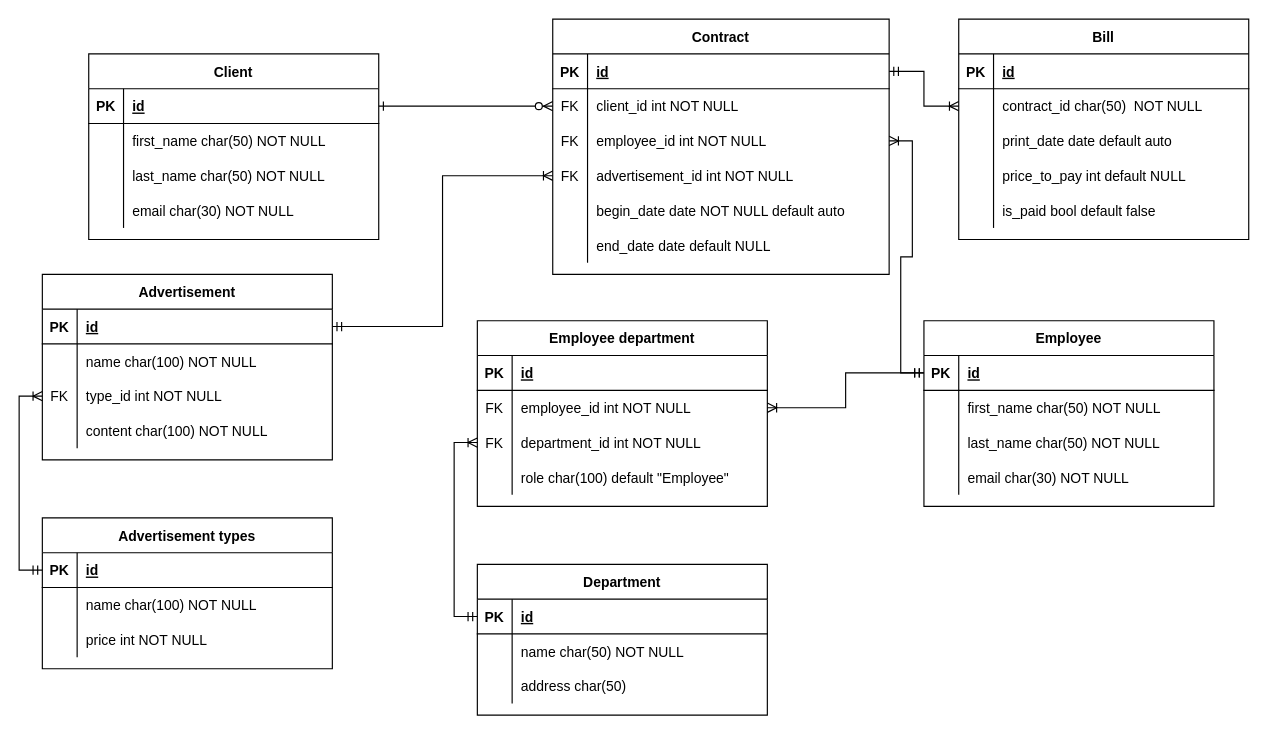
Above: AgencySchema.drawio in vittrum/dbc_adv_agency (draw.io), before the change. Source tidied: cells renumbered, new cells numbered last; positions are measured from the earlier drawing's top-left corner, leaving out a move shared by most shapes. Both pictures are drawn from the tidied source at 116%, with x=0, y=0 at pixel (42, 19).
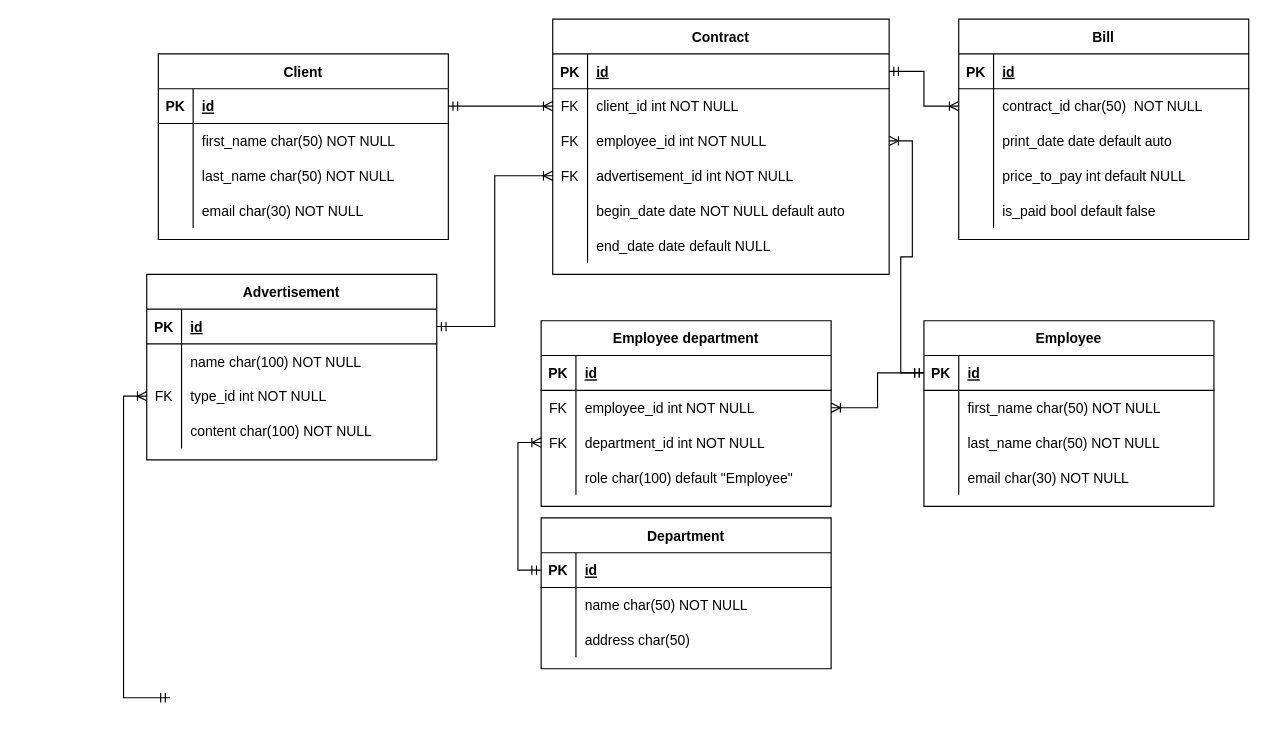
The same diagram, later.

Unchanged cells that the change refers to:
```xml
<mxCell id="7" style="shape=partialRectangle;fillColor=none;points=[[0,0.5],[1,0.5]];portConstraint=eastwest;top=0;left=0;right=0;bottom=0;" parent="3" vertex="1">
  <mxGeometry y="60" width="290" height="30" as="geometry" />
</mxCell>
<mxCell id="23" style="shape=partialRectangle;fillColor=none;points=[[0,0.5],[1,0.5]];portConstraint=eastwest;top=0;left=0;right=0;bottom=1;" parent="22" vertex="1">
  <mxGeometry y="30" width="250" height="30" as="geometry" />
</mxCell>
<mxCell id="42" style="shape=partialRectangle;fillColor=none;points=[[0,0.5],[1,0.5]];portConstraint=eastwest;top=0;left=0;right=0;bottom=0;" parent="35" vertex="1">
  <mxGeometry y="90" width="250" height="30" as="geometry" />
</mxCell>
```

What changed in the source:
```diff
@@
-    <mxCell id="2" style="edgeStyle=entityRelationEdgeStyle;endArrow=ERzeroToMany;startArrow=ERone;endFill=1;startFill=0;" parent="1" edge="1" source="23" target="7">
+    <mxCell id="2" style="edgeStyle=entityRelationEdgeStyle;endArrow=ERoneToMany;startArrow=ERmandOne;endFill=0;startFill=0;" parent="1" edge="1" source="23" target="7">
       <mxGeometry relative="1" as="geometry" />
     </mxCell>
@@
     <mxCell id="22" value="Client" style="shape=table;startSize=30;childLayout=tableLayout;rowLines=0;fontStyle=1;align=center;" parent="1" vertex="1">
-      <mxGeometry x="40" y="30" width="250" height="160" as="geometry" />
+      <mxGeometry x="100" y="30" width="250" height="160" as="geometry" />
     </mxCell>
@@
     <mxCell id="35" value="Advertisement" style="shape=table;startSize=30;childLayout=tableLayout;rowLines=0;fontStyle=1;align=center;" parent="1" vertex="1">
-      <mxGeometry y="220" width="250" height="160" as="geometry" />
+      <mxGeometry x="90" y="220" width="250" height="160" as="geometry" />
     </mxCell>
@@
     <mxCell id="61" value="Department" style="shape=table;startSize=30;childLayout=tableLayout;rowLines=0;fontStyle=1;align=center;" parent="1" vertex="1">
-      <mxGeometry x="375" y="470" width="250" height="130" as="geometry" />
+      <mxGeometry x="430" y="430" width="250" height="130" as="geometry" />
     </mxCell>
@@
-    <mxCell id="71" value="Advertisement types" style="shape=table;startSize=30;childLayout=tableLayout;rowLines=0;fontStyle=1;align=center;" parent="1" vertex="1">
-      <mxGeometry y="430" width="250" height="130" as="geometry" />
-    </mxCell>
-    <mxCell id="72" style="shape=partialRectangle;fillColor=none;points=[[0,0.5],[1,0.5]];portConstraint=eastwest;top=0;left=0;right=0;bottom=1;" parent="71" vertex="1">
-      <mxGeometry y="30" width="250" height="30" as="geometry" />
-    </mxCell>
-    <mxCell id="73" value="PK" style="shape=partialRectangle;overflow=hidden;fillColor=none;top=0;left=0;bottom=0;right=0;fontStyle=1;" parent="72" vertex="1">
-      <mxGeometry width="30" height="30" as="geometry" />
-    </mxCell>
-    <mxCell id="74" value="id" style="shape=partialRectangle;overflow=hidden;fillColor=none;top=0;left=0;bottom=0;right=0;align=left;spacingLeft=6;fontStyle=5;" parent="72" vertex="1">
-      <mxGeometry x="30" width="220" height="30" as="geometry" />
-    </mxCell>
-    <mxCell id="75" style="shape=partialRectangle;fillColor=none;top=0;left=0;right=0;bottom=0;" parent="71" vertex="1">
-      <mxGeometry y="60" width="250" height="30" as="geometry" />
-    </mxCell>
-    <mxCell id="76" style="shape=partialRectangle;overflow=hidden;fillColor=none;top=0;left=0;bottom=0;right=0;" parent="75" vertex="1">
-      <mxGeometry width="30" height="30" as="geometry" />
-    </mxCell>
-    <mxCell id="77" value="name char(100) NOT NULL" style="shape=partialRectangle;overflow=hidden;fillColor=none;top=0;left=0;bottom=0;right=0;align=left;spacingLeft=6;" parent="75" vertex="1">
-      <mxGeometry x="30" width="220" height="30" as="geometry" />
-    </mxCell>
-    <mxCell id="78" style="shape=partialRectangle;fillColor=none;top=0;left=0;right=0;bottom=0;" parent="71" vertex="1">
-      <mxGeometry y="90" width="250" height="30" as="geometry" />
-    </mxCell>
-    <mxCell id="79" style="shape=partialRectangle;overflow=hidden;fillColor=none;top=0;left=0;bottom=0;right=0;" parent="78" vertex="1">
-      <mxGeometry width="30" height="30" as="geometry" />
-    </mxCell>
-    <mxCell id="80" value="price int NOT NULL" style="shape=partialRectangle;overflow=hidden;fillColor=none;top=0;left=0;bottom=0;right=0;align=left;spacingLeft=6;" parent="78" vertex="1">
-      <mxGeometry x="30" width="220" height="30" as="geometry" />
-    </mxCell>
     <mxCell id="81" value="Employee department" style="shape=table;startSize=30;childLayout=tableLayout;rowLines=0;fontStyle=1;align=center;" parent="1" vertex="1">
-      <mxGeometry x="375" y="260" width="250" height="160" as="geometry" />
+      <mxGeometry x="430" y="260" width="250" height="160" as="geometry" />
     </mxCell>
@@
-    <mxCell id="94" style="edgeStyle=orthogonalEdgeStyle;rounded=0;jettySize=auto;html=1;entryX=0;entryY=0.5;entryDx=0;entryDy=0;startArrow=ERmandOne;startFill=0;endArrow=ERoneToMany;endFill=0;" parent="1" edge="1" source="72" target="42">
-      <mxGeometry relative="1" as="geometry" />
+    <mxCell id="94" style="edgeStyle=orthogonalEdgeStyle;rounded=0;jettySize=auto;html=1;entryX=0;entryY=0.5;entryDx=0;entryDy=0;startArrow=ERmandOne;startFill=0;endArrow=ERoneToMany;endFill=0;" parent="1" edge="1" target="42">
+      <mxGeometry relative="1" as="geometry">
+        <mxPoint x="110" y="585" as="sourcePoint" />
+        <Array as="points">
+          <mxPoint x="70" y="585" />
+          <mxPoint x="70" y="325" />
+        </Array>
+      </mxGeometry>
     </mxCell>
```
